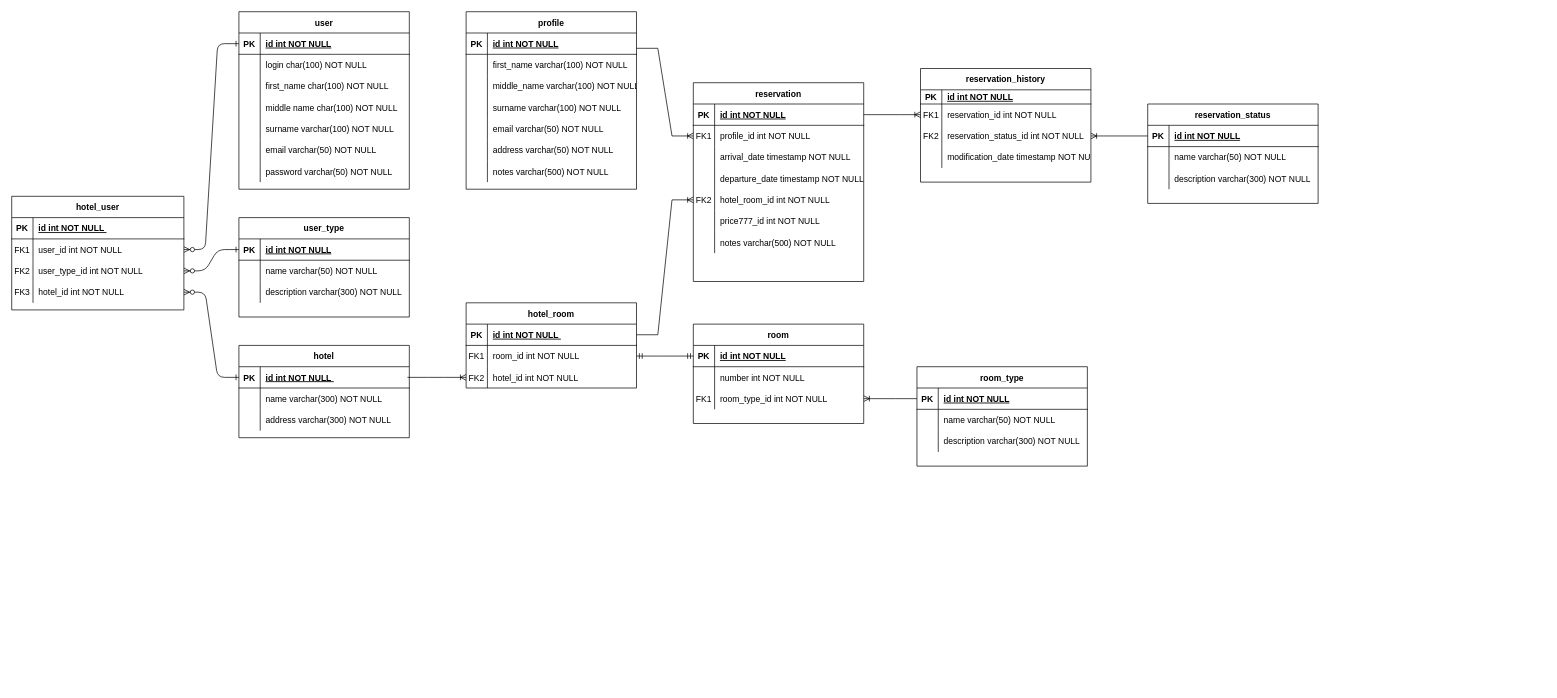
Before: dbschema.drawio in Zinnur/hotel-service, a draw.io diagram. Source tidied: cells renumbered, new cells numbered last; positions are measured from the earlier drawing's top-left corner, leaving out a move shared by most shapes. Both pictures are drawn from the tidied source at 71%, with x=0, y=0 at pixel (11, 11).
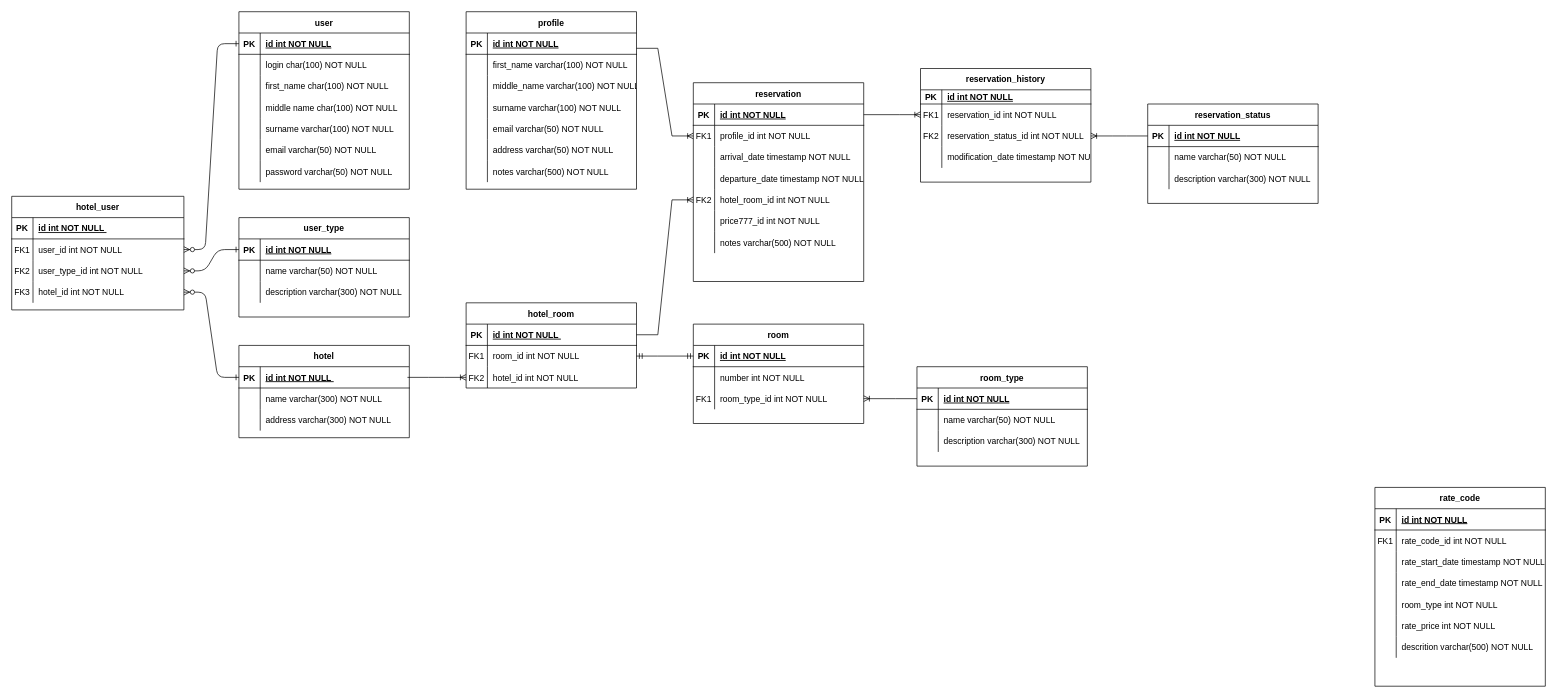
Above is the later version.

Commit message:
dbschema.drawio - rate_code

The edit, as a diff of the source:
```diff
@@
+    <mxCell id="164" value="rate_code" style="shape=table;startSize=30;childLayout=tableLayout;rowLines=0;fontStyle=1;align=center;" parent="1" vertex="1">
+      <mxGeometry x="1920" y="670" width="240" height="280" as="geometry" />
+    </mxCell>
+    <mxCell id="165" style="shape=partialRectangle;fillColor=none;top=0;left=0;bottom=1;right=0;" parent="164" vertex="1">
+      <mxGeometry y="30" width="240" height="30" as="geometry" />
+    </mxCell>
+    <mxCell id="166" value="PK" style="shape=partialRectangle;fillColor=none;top=0;left=0;bottom=0;right=0;fontStyle=1;overflow=hidden;" parent="165" vertex="1">
+      <mxGeometry width="30" height="30" as="geometry" />
+    </mxCell>
+    <mxCell id="167" value="id int NOT NULL" style="shape=partialRectangle;fillColor=none;top=0;left=0;bottom=0;right=0;align=left;spacingLeft=6;fontStyle=5;overflow=hidden;" parent="165" vertex="1">
+      <mxGeometry x="30" width="210" height="30" as="geometry" />
+    </mxCell>
+    <mxCell id="168" style="shape=partialRectangle;fillColor=none;top=0;left=0;bottom=0;right=0;" parent="164" vertex="1">
+      <mxGeometry y="60" width="240" height="30" as="geometry" />
+    </mxCell>
+    <mxCell id="169" value="FK1" style="shape=partialRectangle;fillColor=none;top=0;left=0;bottom=0;right=0;overflow=hidden;" parent="168" vertex="1">
+      <mxGeometry width="30" height="30" as="geometry" />
+    </mxCell>
+    <mxCell id="170" value="rate_code_id int NOT NULL" style="shape=partialRectangle;fillColor=none;top=0;left=0;bottom=0;right=0;align=left;spacingLeft=6;overflow=hidden;" parent="168" vertex="1">
+      <mxGeometry x="30" width="210" height="30" as="geometry" />
+    </mxCell>
+    <mxCell id="171" style="shape=partialRectangle;fillColor=none;top=0;left=0;bottom=0;right=0;" parent="164" vertex="1">
+      <mxGeometry y="90" width="240" height="30" as="geometry" />
+    </mxCell>
+    <mxCell id="172" style="shape=partialRectangle;fillColor=none;top=0;left=0;bottom=0;right=0;overflow=hidden;" parent="171" vertex="1">
+      <mxGeometry width="30" height="30" as="geometry" />
+    </mxCell>
+    <mxCell id="173" value="rate_start_date timestamp NOT NULL" style="shape=partialRectangle;fillColor=none;top=0;left=0;bottom=0;right=0;align=left;spacingLeft=6;overflow=hidden;" parent="171" vertex="1">
+      <mxGeometry x="30" width="210" height="30" as="geometry" />
+    </mxCell>
+    <mxCell id="174" style="shape=partialRectangle;fillColor=none;top=0;left=0;bottom=0;right=0;" parent="164" vertex="1">
+      <mxGeometry y="120" width="240" height="30" as="geometry" />
+    </mxCell>
+    <mxCell id="175" style="shape=partialRectangle;fillColor=none;top=0;left=0;bottom=0;right=0;overflow=hidden;" parent="174" vertex="1">
+      <mxGeometry width="30" height="30" as="geometry" />
+    </mxCell>
+    <mxCell id="176" value="rate_end_date timestamp NOT NULL" style="shape=partialRectangle;fillColor=none;top=0;left=0;bottom=0;right=0;align=left;spacingLeft=6;overflow=hidden;" parent="174" vertex="1">
+      <mxGeometry x="30" width="210" height="30" as="geometry" />
+    </mxCell>
+    <mxCell id="177" style="shape=partialRectangle;fillColor=none;top=0;left=0;bottom=0;right=0;" parent="164" vertex="1">
+      <mxGeometry y="150" width="240" height="30" as="geometry" />
+    </mxCell>
+    <mxCell id="178" style="shape=partialRectangle;fillColor=none;top=0;left=0;bottom=0;right=0;overflow=hidden;" parent="177" vertex="1">
+      <mxGeometry width="30" height="30" as="geometry" />
+    </mxCell>
+    <mxCell id="179" value="room_type int NOT NULL" style="shape=partialRectangle;fillColor=none;top=0;left=0;bottom=0;right=0;align=left;spacingLeft=6;overflow=hidden;" parent="177" vertex="1">
+      <mxGeometry x="30" width="210" height="30" as="geometry" />
+    </mxCell>
+    <mxCell id="180" style="shape=partialRectangle;fillColor=none;top=0;left=0;bottom=0;right=0;" parent="164" vertex="1">
+      <mxGeometry y="180" width="240" height="30" as="geometry" />
+    </mxCell>
+    <mxCell id="181" style="shape=partialRectangle;fillColor=none;top=0;left=0;bottom=0;right=0;overflow=hidden;" parent="180" vertex="1">
+      <mxGeometry width="30" height="30" as="geometry" />
+    </mxCell>
+    <mxCell id="182" value="rate_price int NOT NULL" style="shape=partialRectangle;fillColor=none;top=0;left=0;bottom=0;right=0;align=left;spacingLeft=6;overflow=hidden;" parent="180" vertex="1">
+      <mxGeometry x="30" width="210" height="30" as="geometry" />
+    </mxCell>
+    <mxCell id="183" style="shape=partialRectangle;fillColor=none;top=0;left=0;bottom=0;right=0;" parent="164" vertex="1">
+      <mxGeometry y="210" width="240" height="30" as="geometry" />
+    </mxCell>
+    <mxCell id="184" style="shape=partialRectangle;fillColor=none;top=0;left=0;bottom=0;right=0;overflow=hidden;" parent="183" vertex="1">
+      <mxGeometry width="30" height="30" as="geometry" />
+    </mxCell>
+    <mxCell id="185" value="descrition varchar(500) NOT NULL" style="shape=partialRectangle;fillColor=none;top=0;left=0;bottom=0;right=0;align=left;spacingLeft=6;overflow=hidden;" parent="183" vertex="1">
+      <mxGeometry x="30" width="210" height="30" as="geometry" />
+    </mxCell>
```
